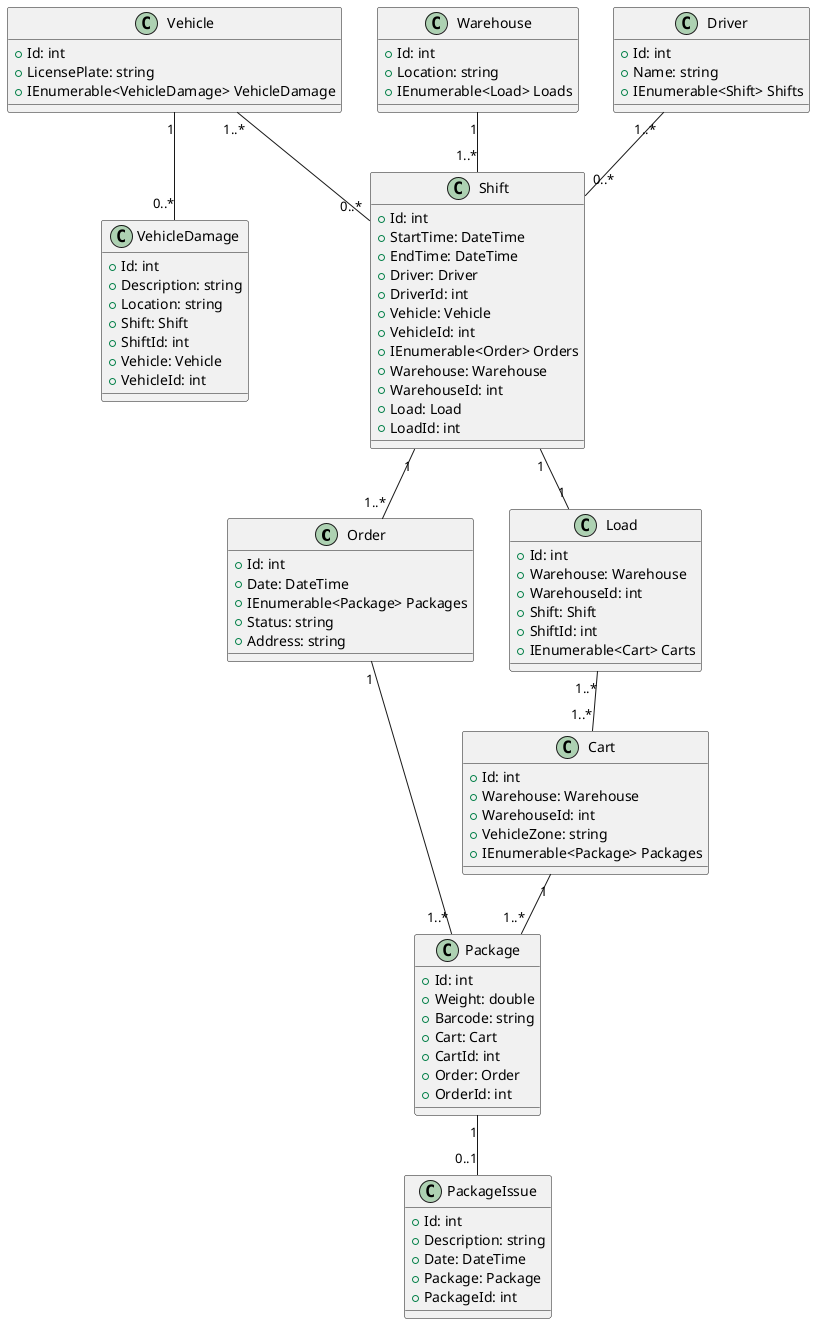
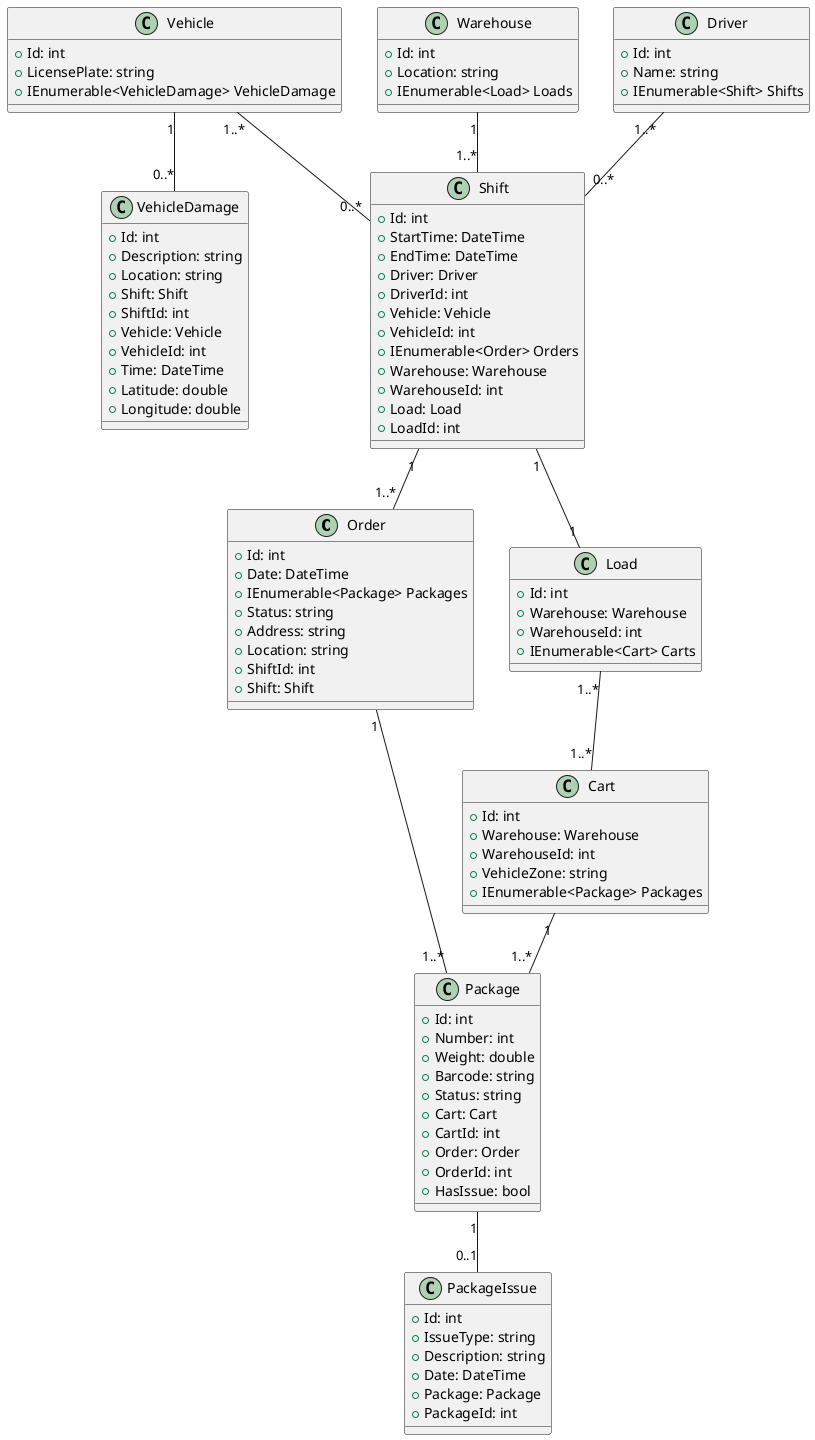
@startuml KlassenDiagramBezorgerApp
class Order{
    +Id: int
    +Date: DateTime
    +IEnumerable<Package> Packages
    +Status: string
    +Address: string
+     +Location: string
+     +ShiftId: int
+     +Shift: Shift
}

class Package{
    +Id: int
+     +Number: int
    +Weight: double
    +Barcode: string
+     +Status: string
    +Cart: Cart
    +CartId: int
    +Order: Order
    +OrderId: int
+     +HasIssue: bool
}

class VehicleDamage{
    +Id: int
    +Description: string
    +Location: string
    +Shift: Shift
    +ShiftId: int
    +Vehicle: Vehicle
    +VehicleId: int
+     +Time: DateTime
+     +Latitude: double
+     +Longitude: double
}

class Shift{
    +Id: int
    +StartTime: DateTime
    +EndTime: DateTime
    +Driver: Driver
    +DriverId: int
    +Vehicle: Vehicle
    +VehicleId: int
    +IEnumerable<Order> Orders
    +Warehouse: Warehouse
    +WarehouseId: int
    +Load: Load
    +LoadId: int
}

class PackageIssue{
    +Id: int
+     +IssueType: string
    +Description: string
    +Date: DateTime
    +Package: Package
    +PackageId: int
}

class Vehicle{
    +Id: int
    +LicensePlate: string
    +IEnumerable<VehicleDamage> VehicleDamage
}

class Warehouse{
    +Id: int
    +Location: string
    +IEnumerable<Load> Loads
}

class Load{
    +Id: int
    +Warehouse: Warehouse
    +WarehouseId: int
-     +Shift: Shift
-     +ShiftId: int
    +IEnumerable<Cart> Carts
}

class Cart{
    +Id: int
    +Warehouse: Warehouse
    +WarehouseId: int
    +VehicleZone: string
    +IEnumerable<Package> Packages
}

class Driver{
    +Id: int
    +Name: string
    +IEnumerable<Shift> Shifts
}

Order "1" --- "1..*" Package
Shift "1" -- "1..*" Order
Shift "1" -- "1" Load
Load "1..*" -- "1..*" Cart
Cart "1" -- "1..*" Package
Warehouse "1"-- "1..*" Shift
Vehicle "1..*" -- "0..*" Shift
Driver "1..*" -- "0..*" Shift
Package "1" -- "0..1" PackageIssue
Vehicle "1" -- "0..*" VehicleDamage

@enduml